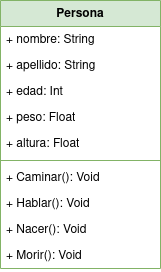
Earlier version of the draw.io export diagramas_clase/Diagrama-clase-practica1.drawio.png (JesusLugo2002/ETS). Source tidied: cells renumbered, new cells last; positions are measured from the earlier drawing's top-left corner, leaving out a move shared by most shapes.
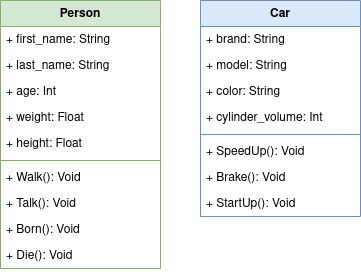
Above is the later version.

Change to the diagram source:
```diff
@@ -2,38 +2,65 @@
   <root>
     <mxCell id="0" />
     <mxCell id="1" parent="0" />
-    <mxCell id="2" value="Persona" style="swimlane;fontStyle=1;align=center;verticalAlign=top;horizontal=1;startSize=26;whiteSpace=wrap;html=1;fillColor=#d5e8d4;strokeColor=#82b366;" parent="1" vertex="1">
+    <mxCell id="2" value="Person" style="swimlane;fontStyle=1;align=center;verticalAlign=top;horizontal=1;startSize=26;whiteSpace=wrap;html=1;fillColor=#d5e8d4;strokeColor=#82b366;" parent="1" vertex="1">
       <mxGeometry width="160" height="268" as="geometry" />
     </mxCell>
-    <mxCell id="3" value="&lt;div&gt;+ nombre: String&lt;/div&gt;" style="text;strokeColor=none;fillColor=none;align=left;verticalAlign=top;spacingLeft=4;spacingRight=4;overflow=hidden;whiteSpace=wrap;html=1;" parent="2" vertex="1">
+    <mxCell id="3" value="&lt;div&gt;+ first_name: String&lt;/div&gt;" style="text;strokeColor=none;fillColor=none;align=left;verticalAlign=top;spacingLeft=4;spacingRight=4;overflow=hidden;whiteSpace=wrap;html=1;" parent="2" vertex="1">
       <mxGeometry y="26" width="160" height="26" as="geometry" />
     </mxCell>
-    <mxCell id="4" value="&lt;div&gt;+ apellido: String&lt;/div&gt;" style="text;strokeColor=none;fillColor=none;align=left;verticalAlign=top;spacingLeft=4;spacingRight=4;overflow=hidden;whiteSpace=wrap;html=1;" parent="2" vertex="1">
+    <mxCell id="4" value="&lt;div&gt;+ last_name: String&lt;/div&gt;" style="text;strokeColor=none;fillColor=none;align=left;verticalAlign=top;spacingLeft=4;spacingRight=4;overflow=hidden;whiteSpace=wrap;html=1;" parent="2" vertex="1">
       <mxGeometry y="52" width="160" height="26" as="geometry" />
     </mxCell>
-    <mxCell id="5" value="+ edad: Int" style="text;strokeColor=none;fillColor=none;align=left;verticalAlign=top;spacingLeft=4;spacingRight=4;overflow=hidden;whiteSpace=wrap;html=1;" parent="2" vertex="1">
+    <mxCell id="5" value="+ age: Int" style="text;strokeColor=none;fillColor=none;align=left;verticalAlign=top;spacingLeft=4;spacingRight=4;overflow=hidden;whiteSpace=wrap;html=1;" parent="2" vertex="1">
       <mxGeometry y="78" width="160" height="26" as="geometry" />
     </mxCell>
-    <mxCell id="6" value="+ peso: Float" style="text;strokeColor=none;fillColor=none;align=left;verticalAlign=top;spacingLeft=4;spacingRight=4;overflow=hidden;whiteSpace=wrap;html=1;" parent="2" vertex="1">
+    <mxCell id="6" value="+ weight: Float" style="text;strokeColor=none;fillColor=none;align=left;verticalAlign=top;spacingLeft=4;spacingRight=4;overflow=hidden;whiteSpace=wrap;html=1;" parent="2" vertex="1">
       <mxGeometry y="104" width="160" height="26" as="geometry" />
     </mxCell>
-    <mxCell id="7" value="+ altura: Float" style="text;strokeColor=none;fillColor=none;align=left;verticalAlign=top;spacingLeft=4;spacingRight=4;overflow=hidden;whiteSpace=wrap;html=1;" parent="2" vertex="1">
+    <mxCell id="7" value="+ height: Float" style="text;strokeColor=none;fillColor=none;align=left;verticalAlign=top;spacingLeft=4;spacingRight=4;overflow=hidden;whiteSpace=wrap;html=1;" parent="2" vertex="1">
       <mxGeometry y="130" width="160" height="26" as="geometry" />
     </mxCell>
     <mxCell id="8" style="line;strokeWidth=1;fillColor=none;align=left;verticalAlign=middle;spacingTop=-1;spacingLeft=3;spacingRight=3;labelPosition=right;strokeColor=inherit;" parent="2" vertex="1">
       <mxGeometry y="156" width="160" height="8" as="geometry" />
     </mxCell>
-    <mxCell id="9" value="&lt;div&gt;+ Caminar(): Void&lt;/div&gt;" style="text;strokeColor=none;fillColor=none;align=left;verticalAlign=top;spacingLeft=4;spacingRight=4;overflow=hidden;whiteSpace=wrap;html=1;" parent="2" vertex="1">
+    <mxCell id="9" value="&lt;div&gt;+ Walk(): Void&lt;/div&gt;" style="text;strokeColor=none;fillColor=none;align=left;verticalAlign=top;spacingLeft=4;spacingRight=4;overflow=hidden;whiteSpace=wrap;html=1;" parent="2" vertex="1">
       <mxGeometry y="164" width="160" height="26" as="geometry" />
     </mxCell>
-    <mxCell id="10" value="+ Hablar(): Void" style="text;strokeColor=none;fillColor=none;align=left;verticalAlign=top;spacingLeft=4;spacingRight=4;overflow=hidden;whiteSpace=wrap;html=1;" parent="2" vertex="1">
+    <mxCell id="10" value="+ Talk(): Void" style="text;strokeColor=none;fillColor=none;align=left;verticalAlign=top;spacingLeft=4;spacingRight=4;overflow=hidden;whiteSpace=wrap;html=1;" parent="2" vertex="1">
       <mxGeometry y="190" width="160" height="26" as="geometry" />
     </mxCell>
-    <mxCell id="11" value="+ Nacer(): Void" style="text;strokeColor=none;fillColor=none;align=left;verticalAlign=top;spacingLeft=4;spacingRight=4;overflow=hidden;whiteSpace=wrap;html=1;" parent="2" vertex="1">
+    <mxCell id="11" value="+ Born(): Void" style="text;strokeColor=none;fillColor=none;align=left;verticalAlign=top;spacingLeft=4;spacingRight=4;overflow=hidden;whiteSpace=wrap;html=1;" parent="2" vertex="1">
       <mxGeometry y="216" width="160" height="26" as="geometry" />
     </mxCell>
-    <mxCell id="12" value="+ Morir(): Void" style="text;strokeColor=none;fillColor=none;align=left;verticalAlign=top;spacingLeft=4;spacingRight=4;overflow=hidden;whiteSpace=wrap;html=1;" parent="2" vertex="1">
+    <mxCell id="12" value="+ Die(): Void" style="text;strokeColor=none;fillColor=none;align=left;verticalAlign=top;spacingLeft=4;spacingRight=4;overflow=hidden;whiteSpace=wrap;html=1;" parent="2" vertex="1">
       <mxGeometry y="242" width="160" height="26" as="geometry" />
     </mxCell>
+    <mxCell id="13" value="Car" style="swimlane;fontStyle=1;align=center;verticalAlign=top;horizontal=1;startSize=26;whiteSpace=wrap;html=1;fillColor=#dae8fc;strokeColor=#6c8ebf;" parent="1" vertex="1">
+      <mxGeometry x="200" width="160" height="216" as="geometry" />
+    </mxCell>
+    <mxCell id="14" value="&lt;div&gt;+ brand: String&lt;/div&gt;" style="text;strokeColor=none;fillColor=none;align=left;verticalAlign=top;spacingLeft=4;spacingRight=4;overflow=hidden;whiteSpace=wrap;html=1;" parent="13" vertex="1">
+      <mxGeometry y="26" width="160" height="26" as="geometry" />
+    </mxCell>
+    <mxCell id="15" value="+ model: String" style="text;strokeColor=none;fillColor=none;align=left;verticalAlign=top;spacingLeft=4;spacingRight=4;overflow=hidden;whiteSpace=wrap;html=1;" parent="13" vertex="1">
+      <mxGeometry y="52" width="160" height="26" as="geometry" />
+    </mxCell>
+    <mxCell id="16" value="+ color: String" style="text;strokeColor=none;fillColor=none;align=left;verticalAlign=top;spacingLeft=4;spacingRight=4;overflow=hidden;whiteSpace=wrap;html=1;" parent="13" vertex="1">
+      <mxGeometry y="78" width="160" height="26" as="geometry" />
+    </mxCell>
+    <mxCell id="17" value="+ cylinder_volume: Int" style="text;strokeColor=none;fillColor=none;align=left;verticalAlign=top;spacingLeft=4;spacingRight=4;overflow=hidden;whiteSpace=wrap;html=1;" parent="13" vertex="1">
+      <mxGeometry y="104" width="160" height="26" as="geometry" />
+    </mxCell>
+    <mxCell id="18" style="line;strokeWidth=1;fillColor=none;align=left;verticalAlign=middle;spacingTop=-1;spacingLeft=3;spacingRight=3;labelPosition=right;strokeColor=inherit;" parent="13" vertex="1">
+      <mxGeometry y="130" width="160" height="8" as="geometry" />
+    </mxCell>
+    <mxCell id="19" value="+ SpeedUp(): Void" style="text;strokeColor=none;fillColor=none;align=left;verticalAlign=top;spacingLeft=4;spacingRight=4;overflow=hidden;whiteSpace=wrap;html=1;" parent="13" vertex="1">
+      <mxGeometry y="138" width="160" height="26" as="geometry" />
+    </mxCell>
+    <mxCell id="20" value="+ Brake(): Void" style="text;strokeColor=none;fillColor=none;align=left;verticalAlign=top;spacingLeft=4;spacingRight=4;overflow=hidden;whiteSpace=wrap;html=1;" parent="13" vertex="1">
+      <mxGeometry y="164" width="160" height="26" as="geometry" />
+    </mxCell>
+    <mxCell id="21" value="+ StartUp(): Void" style="text;strokeColor=none;fillColor=none;align=left;verticalAlign=top;spacingLeft=4;spacingRight=4;overflow=hidden;whiteSpace=wrap;html=1;" parent="13" vertex="1">
+      <mxGeometry y="190" width="160" height="26" as="geometry" />
+    </mxCell>
   </root>
 </mxGraphModel>
```
